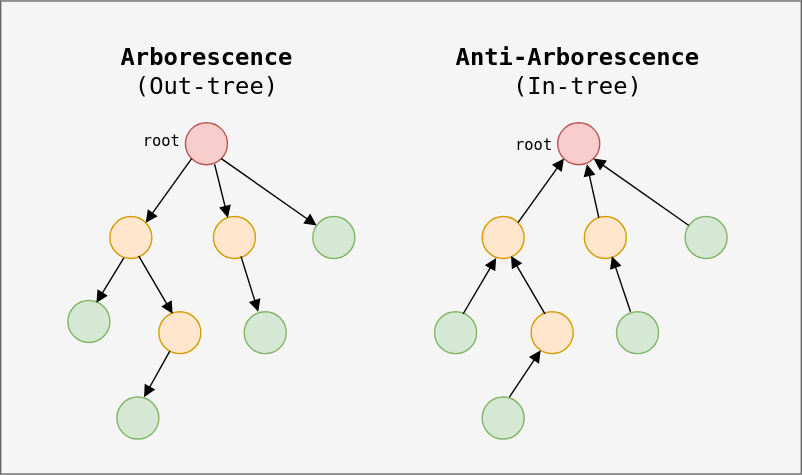
Earlier version of the draw.io export public/diagrams/rooted-trees.svg (datkumar/code-journal). Source tidied: cells renumbered, new cells last; positions are measured from the earlier drawing's top-left corner, leaving out a move shared by most shapes.
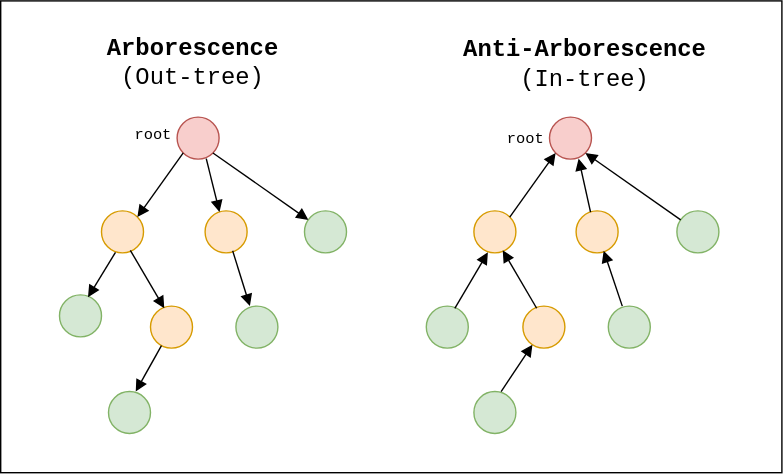
After the change.

The edit, as a diff of the source:
```diff
@@ -2,8 +2,8 @@
   <root>
     <mxCell id="0" />
     <mxCell id="1" parent="0" />
-    <mxCell id="2" style="rounded=0;whiteSpace=wrap;html=1;fillColor=#f5f5f5;fontColor=#333333;strokeColor=#666666;fontFamily=monospace;" parent="1" vertex="1">
-      <mxGeometry width="572" height="338" as="geometry" />
+    <mxCell id="2" style="rounded=0;whiteSpace=wrap;html=1;fillColor=light-dark(#FFFFFF,#FFFFFF);fontColor=#333333;strokeColor=light-dark(#000000,#000000);fontFamily=monospace;" parent="1" vertex="1">
+      <mxGeometry x="6" y="4" width="558" height="337" as="geometry" />
     </mxCell>
     <mxCell id="3" style="ellipse;whiteSpace=wrap;html=1;fillColor=#f8cecc;strokeColor=#b85450;fontFamily=monospace;" parent="1" vertex="1">
       <mxGeometry x="132" y="87" width="30" height="30" as="geometry" />
@@ -39,7 +39,7 @@
       <mxGeometry relative="1" as="geometry" />
     </mxCell>
     <mxCell id="14" value="&lt;b&gt;Arborescence&lt;/b&gt; (Out-tree)" style="text;html=1;align=center;verticalAlign=middle;whiteSpace=wrap;rounded=0;fontFamily=monospace;fontSize=17;fontStyle=0;fontColor=light-dark(#000000,#000000);" parent="1" vertex="1">
-      <mxGeometry x="73.5" y="28.5" width="147" height="43" as="geometry" />
+      <mxGeometry x="70" y="27" width="147" height="43" as="geometry" />
     </mxCell>
     <mxCell id="15" style="ellipse;whiteSpace=wrap;html=1;fillColor=#d5e8d4;strokeColor=#82b366;fontFamily=monospace;" parent="1" vertex="1">
       <mxGeometry x="83" y="283" width="30" height="30" as="geometry" />
@@ -99,12 +99,12 @@
       <mxGeometry relative="1" as="geometry" />
     </mxCell>
     <mxCell id="34" value="&lt;b&gt;Anti-Arborescence&lt;/b&gt; (In-tree)" style="text;html=1;align=center;verticalAlign=middle;whiteSpace=wrap;rounded=0;fontFamily=monospace;fontSize=17;fontStyle=0;fontColor=light-dark(#000000,#000000);" parent="1" vertex="1">
-      <mxGeometry x="319.5" y="27" width="185" height="46" as="geometry" />
+      <mxGeometry x="331" y="27" width="185" height="46" as="geometry" />
     </mxCell>
-    <mxCell id="35" value="&lt;span style=&quot;color: rgb(0, 0, 0); font-family: &amp;quot;monospace&amp;quot;; font-style: normal; font-variant-ligatures: normal; font-variant-caps: normal; font-weight: 400; letter-spacing: normal; orphans: 2; text-align: center; text-indent: 0px; text-transform: none; widows: 2; word-spacing: 0px; -webkit-text-stroke-width: 0px; white-space: normal; text-decoration-thickness: initial; text-decoration-style: initial; text-decoration-color: initial; float: none; display: inline !important;&quot;&gt;root&lt;/span&gt;" style="text;whiteSpace=wrap;html=1;fillColor=none;labelBackgroundColor=none;fontSize=11;" parent="1" vertex="1">
+    <mxCell id="35" value="&lt;span style=&quot;color: rgb(0, 0, 0); font-style: normal; font-variant-ligatures: normal; font-variant-caps: normal; font-weight: 400; letter-spacing: normal; orphans: 2; text-align: center; text-indent: 0px; text-transform: none; widows: 2; word-spacing: 0px; -webkit-text-stroke-width: 0px; white-space: normal; text-decoration-thickness: initial; text-decoration-style: initial; text-decoration-color: initial; float: none; display: inline !important;&quot;&gt;root&lt;/span&gt;" style="text;whiteSpace=wrap;html=1;fillColor=none;labelBackgroundColor=none;fontSize=11;fontFamily=monospace;" parent="1" vertex="1">
       <mxGeometry x="100.4" y="87" width="31.6" height="25" as="geometry" />
     </mxCell>
-    <mxCell id="36" value="&lt;span style=&quot;color: rgb(0, 0, 0); font-family: &amp;quot;monospace&amp;quot;; font-style: normal; font-variant-ligatures: normal; font-variant-caps: normal; font-weight: 400; letter-spacing: normal; orphans: 2; text-align: center; text-indent: 0px; text-transform: none; widows: 2; word-spacing: 0px; -webkit-text-stroke-width: 0px; white-space: normal; text-decoration-thickness: initial; text-decoration-style: initial; text-decoration-color: initial; float: none; display: inline !important;&quot;&gt;root&lt;/span&gt;" style="text;whiteSpace=wrap;html=1;fillColor=none;labelBackgroundColor=none;fontSize=11;" parent="1" vertex="1">
+    <mxCell id="36" value="&lt;span style=&quot;color: rgb(0, 0, 0); font-style: normal; font-variant-ligatures: normal; font-variant-caps: normal; font-weight: 400; letter-spacing: normal; orphans: 2; text-align: center; text-indent: 0px; text-transform: none; widows: 2; word-spacing: 0px; -webkit-text-stroke-width: 0px; white-space: normal; text-decoration-thickness: initial; text-decoration-style: initial; text-decoration-color: initial; float: none; display: inline !important;&quot;&gt;root&lt;/span&gt;" style="text;whiteSpace=wrap;html=1;fillColor=none;labelBackgroundColor=none;fontSize=11;fontFamily=monospace;" parent="1" vertex="1">
       <mxGeometry x="366.4" y="89.5" width="31.6" height="25" as="geometry" />
     </mxCell>
   </root>
```
